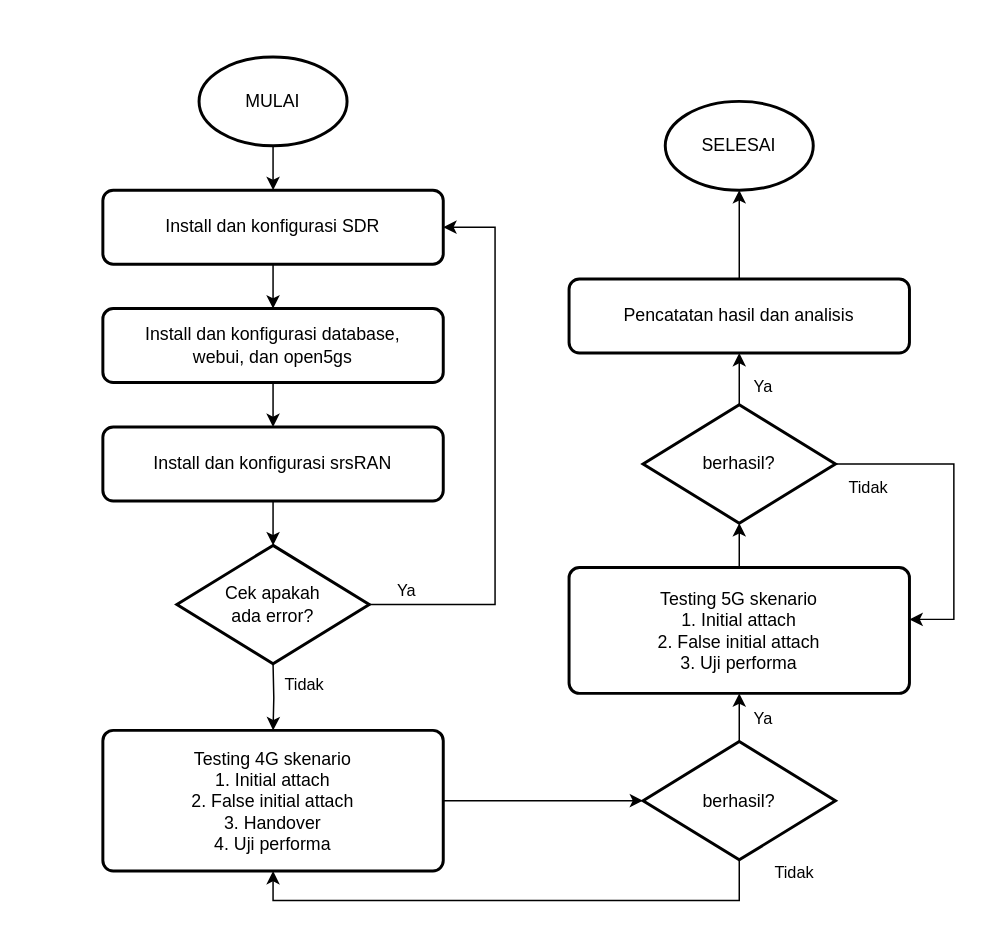
This is screepsweet/flowchart sistem.drawio from fajarmhr/drawiodump, a draw.io file, before an edit. Source tidied: cells renumbered, new cells numbered last; positions are measured from the earlier drawing's top-left corner, leaving out a move shared by most shapes. Both pictures are drawn from the tidied source at 148%, with x=0, y=0 at pixel (102, 56).
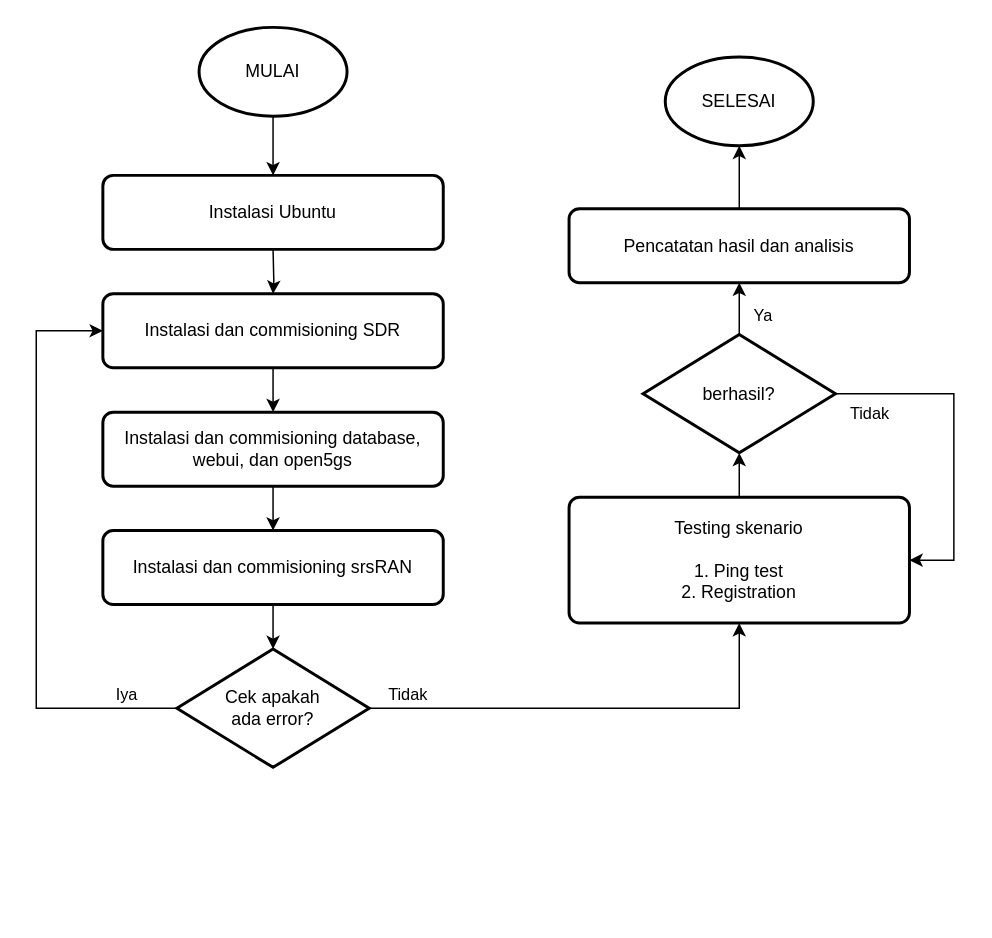
The same diagram, later.

Diff of the diagram source:
```diff
@@
-    <mxCell id="2" style="edgeStyle=orthogonalEdgeStyle;rounded=0;jettySize=auto;html=1;" parent="1" edge="1" source="3" target="5">
-      <mxGeometry relative="1" as="geometry" />
+    <mxCell id="2" style="edgeStyle=orthogonalEdgeStyle;rounded=0;jettySize=auto;html=1;" parent="1" edge="1" target="5">
+      <mxGeometry relative="1" as="geometry">
+        <mxPoint x="115" y="130" as="sourcePoint" />
+      </mxGeometry>
     </mxCell>
+    <mxCell id="32" style="edgeStyle=orthogonalEdgeStyle;rounded=0;jettySize=auto;html=1;" parent="1" edge="1" source="3" target="36">
+      <mxGeometry relative="1" as="geometry" />
+    </mxCell>
     <mxCell id="3" value="MULAI" style="strokeWidth=2;html=1;shape=mxgraph.flowchart.start_1;whiteSpace=wrap;" parent="1" vertex="1">
-      <mxGeometry x="65" width="100" height="60" as="geometry" />
+      <mxGeometry x="65" y="-20" width="100" height="60" as="geometry" />
     </mxCell>
@@
-    <mxCell id="5" value="Install dan konfigurasi SDR" style="rounded=1;whiteSpace=wrap;html=1;absoluteArcSize=1;arcSize=14;strokeWidth=2;" parent="1" vertex="1">
-      <mxGeometry y="90" width="230" height="50" as="geometry" />
+    <mxCell id="5" value="Instalasi dan commisioning SDR" style="rounded=1;whiteSpace=wrap;html=1;absoluteArcSize=1;arcSize=14;strokeWidth=2;" parent="1" vertex="1">
+      <mxGeometry y="160" width="230" height="50" as="geometry" />
     </mxCell>
@@
-    <mxCell id="7" value="&lt;div&gt;Install dan konfigurasi database,&lt;/div&gt;&lt;div&gt;webui, dan open5gs&lt;/div&gt;" style="rounded=1;whiteSpace=wrap;html=1;absoluteArcSize=1;arcSize=14;strokeWidth=2;" parent="1" vertex="1">
-      <mxGeometry y="170" width="230" height="50" as="geometry" />
+    <mxCell id="7" value="&lt;div&gt;Instalasi dan commisioning database,&lt;/div&gt;&lt;div&gt;webui, dan open5gs&lt;/div&gt;" style="rounded=1;whiteSpace=wrap;html=1;absoluteArcSize=1;arcSize=14;strokeWidth=2;" parent="1" vertex="1">
+      <mxGeometry y="240" width="230" height="50" as="geometry" />
     </mxCell>
@@
-    <mxCell id="9" value="Install dan konfigurasi srsRAN" style="rounded=1;whiteSpace=wrap;html=1;absoluteArcSize=1;arcSize=14;strokeWidth=2;" parent="1" vertex="1">
-      <mxGeometry y="250" width="230" height="50" as="geometry" />
+    <mxCell id="9" value="Instalasi dan commisioning srsRAN" style="rounded=1;whiteSpace=wrap;html=1;absoluteArcSize=1;arcSize=14;strokeWidth=2;" parent="1" vertex="1">
+      <mxGeometry y="320" width="230" height="50" as="geometry" />
     </mxCell>
-    <mxCell id="10" style="edgeStyle=orthogonalEdgeStyle;rounded=0;jettySize=auto;html=1;" parent="1" edge="1" source="11" target="23">
-      <mxGeometry relative="1" as="geometry" />
-    </mxCell>
-    <mxCell id="11" value="Testing 4G skenario&lt;br&gt;1. Initial attach&lt;br&gt;2. False initial attach&lt;br&gt;3. Handover&lt;br&gt;4. Uji performa" style="rounded=1;whiteSpace=wrap;html=1;absoluteArcSize=1;arcSize=14;strokeWidth=2;" parent="1" vertex="1">
-      <mxGeometry y="455" width="230" height="95" as="geometry" />
-    </mxCell>
@@
-    <mxCell id="13" value="Testing 5G skenario&lt;br&gt;1. Initial attach&lt;br&gt;2. False initial attach&lt;br&gt;3. Uji performa" style="rounded=1;whiteSpace=wrap;html=1;absoluteArcSize=1;arcSize=14;strokeWidth=2;" parent="1" vertex="1">
-      <mxGeometry x="315" y="345" width="230" height="85" as="geometry" />
+    <mxCell id="13" value="Testing skenario&lt;br&gt;&lt;br&gt;1. Ping test&lt;br&gt;2. Registration" style="rounded=1;whiteSpace=wrap;html=1;absoluteArcSize=1;arcSize=14;strokeWidth=2;" parent="1" vertex="1">
+      <mxGeometry x="315" y="297.5" width="230" height="85" as="geometry" />
     </mxCell>
+    <mxCell id="33" style="edgeStyle=orthogonalEdgeStyle;rounded=0;jettySize=auto;html=1;entryX=0.5;entryY=1;entryDx=0;entryDy=0;" parent="1" edge="1" source="18" target="13">
+      <mxGeometry relative="1" as="geometry" />
+    </mxCell>
+    <mxCell id="34" value="Tidak" style="edgeLabel;html=1;align=center;verticalAlign=middle;" parent="33" vertex="1">
+      <mxGeometry x="-0.32" relative="1" as="geometry">
+        <mxPoint x="-80" y="-10" as="offset" />
+      </mxGeometry>
+    </mxCell>
-    <mxCell id="14" style="edgeStyle=orthogonalEdgeStyle;rounded=0;jettySize=auto;html=1;entryX=1;entryY=0.5;entryDx=0;entryDy=0;" parent="1" edge="1" source="18" target="5">
+    <mxCell id="14" style="edgeStyle=orthogonalEdgeStyle;rounded=0;jettySize=auto;html=1;entryX=0;entryY=0.5;entryDx=0;entryDy=0;" parent="1" edge="1" source="18" target="5">
       <mxGeometry relative="1" as="geometry">
         <Array as="points">
-          <mxPoint x="265" y="370" />
-          <mxPoint x="265" y="115" />
+          <mxPoint x="-45" y="440" />
+          <mxPoint x="-45" y="185" />
         </Array>
       </mxGeometry>
     </mxCell>
-    <mxCell id="15" value="Ya" style="edgeLabel;html=1;align=center;verticalAlign=middle;" parent="14" vertex="1">
-      <mxGeometry x="-0.87" y="-1" relative="1" as="geometry">
-        <mxPoint y="-11" as="offset" />
-      </mxGeometry>
-    </mxCell>
-    <mxCell id="16" style="edgeStyle=orthogonalEdgeStyle;rounded=0;jettySize=auto;html=1;" parent="1" edge="1" target="11">
-      <mxGeometry relative="1" as="geometry">
-        <mxPoint x="115" y="410" as="sourcePoint" />
-      </mxGeometry>
-    </mxCell>
-    <mxCell id="17" value="Tidak" style="edgeLabel;html=1;align=center;verticalAlign=middle;" parent="16" vertex="1">
-      <mxGeometry x="0.22" y="1" relative="1" as="geometry">
-        <mxPoint x="19" y="-14" as="offset" />
-      </mxGeometry>
-    </mxCell>
+    <mxCell id="35" value="Iya" style="edgeLabel;html=1;align=center;verticalAlign=middle;" parent="14" vertex="1">
+      <mxGeometry x="-0.8" y="1" relative="1" as="geometry">
+        <mxPoint x="4" y="-11" as="offset" />
+      </mxGeometry>
+    </mxCell>
     <mxCell id="18" value="&lt;div&gt;Cek apakah&lt;/div&gt;&lt;div&gt;ada error?&lt;br&gt;&lt;/div&gt;" style="strokeWidth=2;html=1;shape=mxgraph.flowchart.decision;whiteSpace=wrap;" parent="1" vertex="1">
-      <mxGeometry x="50" y="330" width="130" height="80" as="geometry" />
+      <mxGeometry x="50" y="400" width="130" height="80" as="geometry" />
     </mxCell>
-    <mxCell id="19" style="edgeStyle=orthogonalEdgeStyle;rounded=0;jettySize=auto;html=1;entryX=0.5;entryY=1;entryDx=0;entryDy=0;" parent="1" edge="1" source="23" target="11">
-      <mxGeometry relative="1" as="geometry">
-        <Array as="points">
-          <mxPoint x="430" y="570" />
-          <mxPoint x="115" y="570" />
-        </Array>
-      </mxGeometry>
-    </mxCell>
-    <mxCell id="20" value="Tidak" style="edgeLabel;html=1;align=center;verticalAlign=middle;" parent="19" vertex="1">
-      <mxGeometry x="-0.23" y="-4" relative="1" as="geometry">
-        <mxPoint x="149" y="-16" as="offset" />
-      </mxGeometry>
-    </mxCell>
-    <mxCell id="21" style="edgeStyle=orthogonalEdgeStyle;rounded=0;jettySize=auto;html=1;" parent="1" edge="1" source="23" target="13">
-      <mxGeometry relative="1" as="geometry" />
-    </mxCell>
-    <mxCell id="22" value="Ya" style="edgeLabel;html=1;align=center;verticalAlign=middle;" parent="21" vertex="1">
-      <mxGeometry x="-0.72" relative="1" as="geometry">
-        <mxPoint x="15" y="-9" as="offset" />
-      </mxGeometry>
-    </mxCell>
-    <mxCell id="23" value="berhasil?" style="strokeWidth=2;html=1;shape=mxgraph.flowchart.decision;whiteSpace=wrap;" parent="1" vertex="1">
-      <mxGeometry x="365" y="462.5" width="130" height="80" as="geometry" />
-    </mxCell>
-    <mxCell id="24" style="edgeStyle=orthogonalEdgeStyle;rounded=0;jettySize=auto;html=1;" parent="1" edge="1" source="27">
+    <mxCell id="24" style="edgeStyle=orthogonalEdgeStyle;rounded=0;jettySize=auto;html=1;entryX=1;entryY=0.5;entryDx=0;entryDy=0;" parent="1" edge="1" source="27" target="13">
       <mxGeometry relative="1" as="geometry">
-        <mxPoint x="545" y="380" as="targetPoint" />
         <Array as="points">
-          <mxPoint x="575" y="275" />
-          <mxPoint x="575" y="380" />
-          <mxPoint x="547" y="380" />
+          <mxPoint x="575" y="228" />
+          <mxPoint x="575" y="340" />
         </Array>
       </mxGeometry>
     </mxCell>
     <mxCell id="25" value="Tidak" style="edgeLabel;html=1;align=center;verticalAlign=middle;" parent="24" vertex="1">
       <mxGeometry x="-0.69" relative="1" as="geometry">
-        <mxPoint x="-12" y="15" as="offset" />
+        <mxPoint x="-12" y="13" as="offset" />
       </mxGeometry>
     </mxCell>
@@
     <mxCell id="27" value="berhasil?" style="strokeWidth=2;html=1;shape=mxgraph.flowchart.decision;whiteSpace=wrap;" parent="1" vertex="1">
-      <mxGeometry x="365" y="235" width="130" height="80" as="geometry" />
+      <mxGeometry x="365" y="187.5" width="130" height="80" as="geometry" />
     </mxCell>
@@
     <mxCell id="29" value="Pencatatan hasil dan analisis" style="rounded=1;whiteSpace=wrap;html=1;absoluteArcSize=1;arcSize=14;strokeWidth=2;" parent="1" vertex="1">
-      <mxGeometry x="315" y="150" width="230" height="50" as="geometry" />
+      <mxGeometry x="315" y="102.5" width="230" height="50" as="geometry" />
     </mxCell>
     <mxCell id="30" value="Ya" style="edgeLabel;html=1;align=center;verticalAlign=middle;" parent="1" vertex="1">
-      <mxGeometry x="455" y="435" as="geometry">
+      <mxGeometry x="455" y="387.5" as="geometry">
         <mxPoint x="-10" y="-213" as="offset" />
       </mxGeometry>
     </mxCell>
     <mxCell id="31" value="SELESAI" style="strokeWidth=2;html=1;shape=mxgraph.flowchart.start_1;whiteSpace=wrap;" parent="1" vertex="1">
-      <mxGeometry x="380" y="30" width="100" height="60" as="geometry" />
+      <mxGeometry x="380" width="100" height="60" as="geometry" />
     </mxCell>
+    <mxCell id="36" value="&lt;div&gt;Instalasi Ubuntu&lt;/div&gt;" style="rounded=1;whiteSpace=wrap;html=1;absoluteArcSize=1;arcSize=14;strokeWidth=2;" parent="1" vertex="1">
+      <mxGeometry y="80" width="230" height="50" as="geometry" />
+    </mxCell>
```
